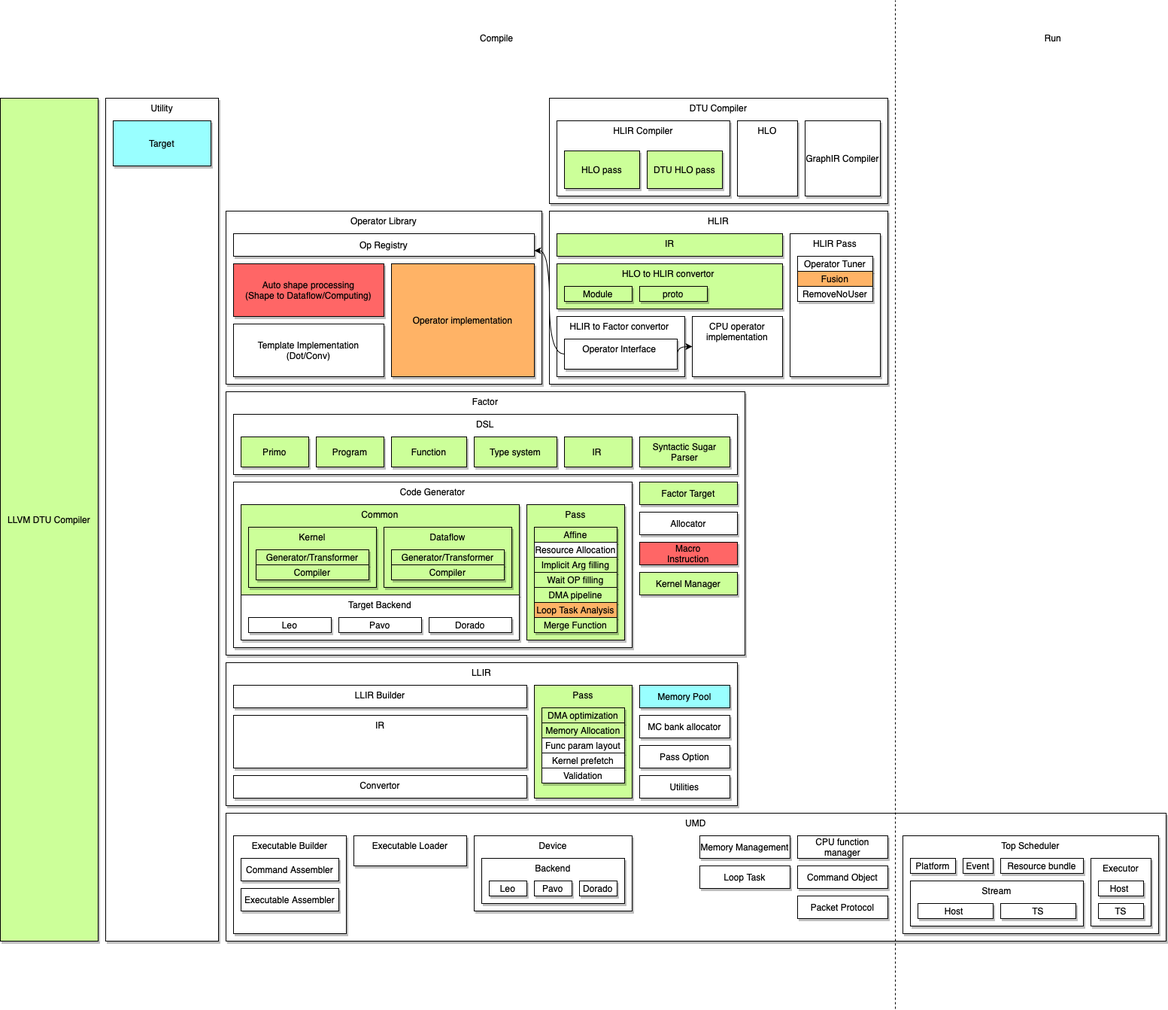
The draw.io diagram 组件及关系图.png in dingsg/drawio, before a commit. Source tidied: cells renumbered, new cells last; positions are measured from the earlier drawing's top-left corner, leaving out a move shared by most shapes.
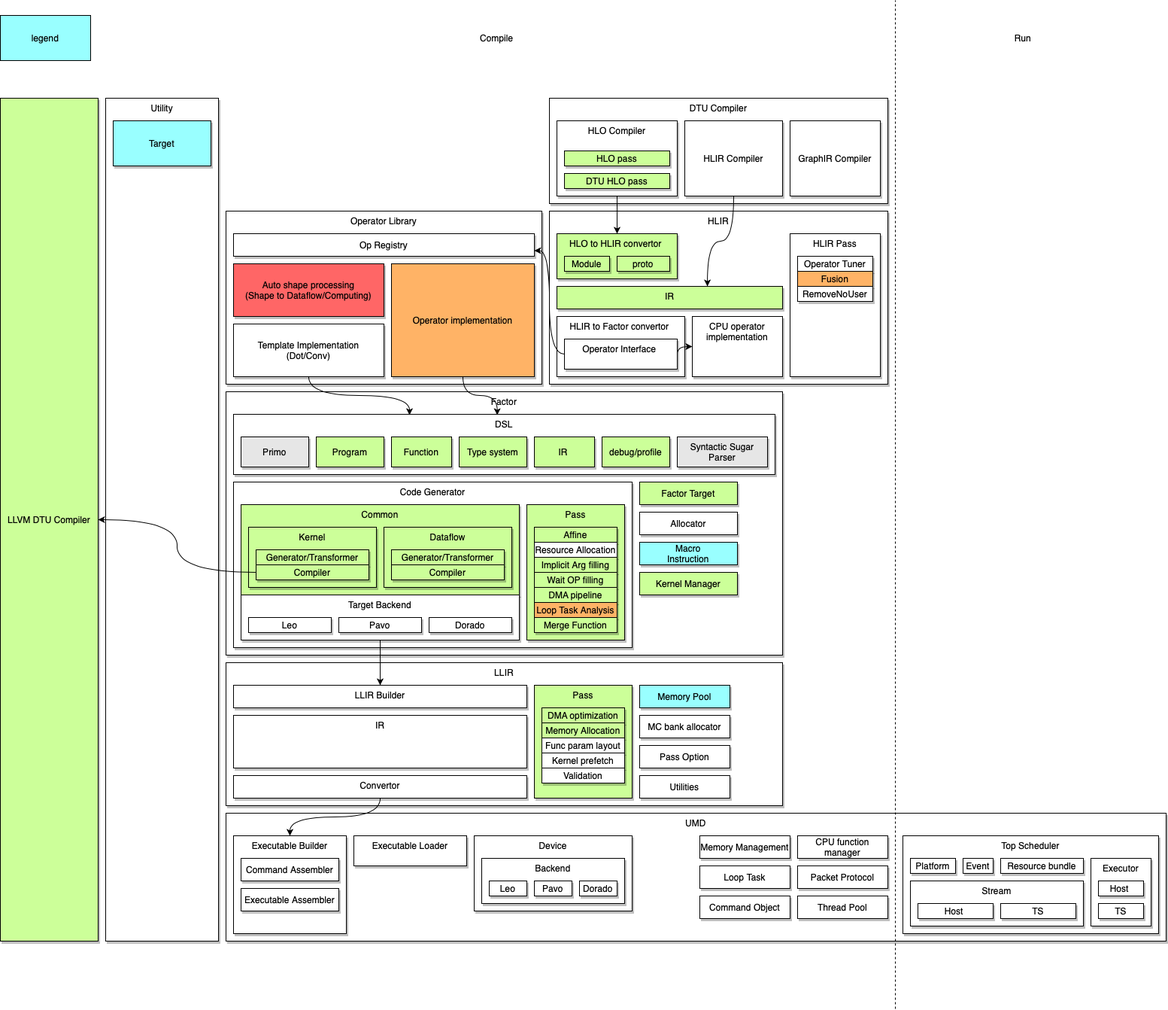
After the change.

Commit message:
Added 组件及关系图.png

Diff of the diagram source:
```diff
@@ -6,7 +6,7 @@
       <mxGeometry x="300" y="280" width="420" height="230" as="geometry" />
     </mxCell>
     <mxCell id="3" value="Factor" style="rounded=0;whiteSpace=wrap;html=1;align=center;verticalAlign=top;shadow=1;" parent="1" vertex="1">
-      <mxGeometry x="300" y="520" width="690" height="350" as="geometry" />
+      <mxGeometry x="300" y="520" width="740" height="350" as="geometry" />
     </mxCell>
     <mxCell id="4" value="Code Generator" style="rounded=0;whiteSpace=wrap;html=1;align=center;verticalAlign=top;shadow=1;" parent="1" vertex="1">
       <mxGeometry x="310" y="640" width="530" height="220" as="geometry" />
@@ -20,29 +20,32 @@
     <mxCell id="7" value="DTU Compiler&lt;br&gt;" style="rounded=0;whiteSpace=wrap;html=1;align=center;verticalAlign=top;shadow=1;" parent="1" vertex="1">
       <mxGeometry x="730" y="130" width="450" height="140" as="geometry" />
     </mxCell>
-    <mxCell id="8" value="HLIR Compiler" style="rounded=0;whiteSpace=wrap;html=1;verticalAlign=top;shadow=1;" parent="1" vertex="1">
-      <mxGeometry x="740" y="160" width="230" height="100" as="geometry" />
+    <mxCell id="8" value="HLO Compiler" style="rounded=0;whiteSpace=wrap;html=1;verticalAlign=top;shadow=1;" parent="1" vertex="1">
+      <mxGeometry x="740" y="160" width="160" height="100" as="geometry" />
     </mxCell>
     <mxCell id="9" value="GraphIR Compiler" style="rounded=0;whiteSpace=wrap;html=1;shadow=1;" parent="1" vertex="1">
-      <mxGeometry x="1070" y="160" width="100" height="100" as="geometry" />
+      <mxGeometry x="1050" y="160" width="120" height="100" as="geometry" />
     </mxCell>
     <mxCell id="10" value="HLO to HLIR convertor&amp;nbsp;" style="rounded=0;whiteSpace=wrap;html=1;verticalAlign=top;shadow=1;fillColor=#CCFF99;" parent="1" vertex="1">
-      <mxGeometry x="740" y="350" width="300" height="60" as="geometry" />
+      <mxGeometry x="740" y="310" width="160" height="60" as="geometry" />
     </mxCell>
     <mxCell id="11" value="HLIR to Factor&amp;nbsp;convertor&amp;nbsp;" style="rounded=0;whiteSpace=wrap;html=1;verticalAlign=top;shadow=1;" parent="1" vertex="1">
       <mxGeometry x="740" y="420" width="170" height="80" as="geometry" />
     </mxCell>
     <mxCell id="12" value="HLO pass" style="rounded=0;whiteSpace=wrap;html=1;shadow=1;fillColor=#CCFF99;" parent="1" vertex="1">
-      <mxGeometry x="750" y="200" width="100" height="50" as="geometry" />
+      <mxGeometry x="750" y="200" width="140" height="20" as="geometry" />
     </mxCell>
+    <mxCell id="104" style="edgeStyle=orthogonalEdgeStyle;rounded=0;jettySize=auto;html=1;exitX=0.5;exitY=1;exitDx=0;exitDy=0;" parent="1" edge="1" source="8" target="10">
+      <mxGeometry relative="1" as="geometry" />
+    </mxCell>
     <mxCell id="13" value="DTU HLO pass" style="rounded=0;whiteSpace=wrap;html=1;shadow=1;fillColor=#CCFF99;" parent="1" vertex="1">
-      <mxGeometry x="860" y="200" width="100" height="50" as="geometry" />
+      <mxGeometry x="750" y="230" width="140" height="20" as="geometry" />
     </mxCell>
     <mxCell id="14" value="Module" style="rounded=0;whiteSpace=wrap;html=1;align=center;shadow=1;fillColor=#CCFF99;" parent="1" vertex="1">
-      <mxGeometry x="750" y="380" width="90" height="20" as="geometry" />
+      <mxGeometry x="750" y="340" width="60" height="20" as="geometry" />
     </mxCell>
     <mxCell id="15" value="proto" style="rounded=0;whiteSpace=wrap;html=1;align=center;shadow=1;fillColor=#CCFF99;" parent="1" vertex="1">
-      <mxGeometry x="850" y="380" width="90" height="20" as="geometry" />
+      <mxGeometry x="820" y="340" width="70" height="20" as="geometry" />
     </mxCell>
     <mxCell id="16" value="HLIR Pass" style="rounded=0;whiteSpace=wrap;html=1;verticalAlign=top;shadow=1;" parent="1" vertex="1">
       <mxGeometry x="1050" y="310" width="120" height="190" as="geometry" />
@@ -66,12 +69,18 @@
     <mxCell id="21" value="Op Registry" style="rounded=0;whiteSpace=wrap;html=1;align=center;shadow=1;" parent="1" vertex="1">
       <mxGeometry x="310" y="310" width="400" height="30" as="geometry" />
     </mxCell>
+    <mxCell id="105" style="edgeStyle=orthogonalEdgeStyle;curved=1;rounded=0;jettySize=auto;html=1;exitX=0.5;exitY=1;exitDx=0;exitDy=0;entryX=0.325;entryY=0.013;entryDx=0;entryDy=0;entryPerimeter=0;" parent="1" edge="1" source="22" target="26">
+      <mxGeometry relative="1" as="geometry" />
+    </mxCell>
     <mxCell id="22" value="&lt;span&gt;Template Implementation&lt;br&gt;(Dot/Conv)&lt;br&gt;&lt;/span&gt;" style="rounded=0;whiteSpace=wrap;html=1;align=center;shadow=1;" parent="1" vertex="1">
       <mxGeometry x="310" y="430" width="200" height="70" as="geometry" />
     </mxCell>
     <mxCell id="23" value="Operator Tuner" style="rounded=0;whiteSpace=wrap;html=1;align=center;shadow=1;" parent="1" vertex="1">
       <mxGeometry x="1060" y="340" width="100" height="20" as="geometry" />
     </mxCell>
+    <mxCell id="106" style="edgeStyle=orthogonalEdgeStyle;curved=1;rounded=0;jettySize=auto;html=1;exitX=0.5;exitY=1;exitDx=0;exitDy=0;entryX=0.487;entryY=0.013;entryDx=0;entryDy=0;entryPerimeter=0;" parent="1" edge="1" source="24" target="26">
+      <mxGeometry relative="1" as="geometry" />
+    </mxCell>
     <mxCell id="24" value="&lt;span&gt;Operator implementation&lt;br&gt;&lt;/span&gt;" style="rounded=0;whiteSpace=wrap;html=1;align=center;shadow=1;fillColor=#FFB366;" parent="1" vertex="1">
       <mxGeometry x="520" y="350" width="190" height="150" as="geometry" />
     </mxCell>
@@ -79,9 +88,9 @@
       <mxGeometry x="920" y="420" width="120" height="80" as="geometry" />
     </mxCell>
     <mxCell id="26" value="DSL" style="rounded=0;whiteSpace=wrap;html=1;align=center;verticalAlign=top;shadow=1;" parent="1" vertex="1">
-      <mxGeometry x="310" y="550" width="670" height="80" as="geometry" />
+      <mxGeometry x="310" y="550" width="720" height="80" as="geometry" />
     </mxCell>
-    <mxCell id="27" value="Primo" style="rounded=0;whiteSpace=wrap;html=1;align=center;shadow=1;fillColor=#CCFF99;" parent="1" vertex="1">
+    <mxCell id="27" value="Primo" style="rounded=0;whiteSpace=wrap;html=1;align=center;shadow=1;fillColor=#E6E6E6;" parent="1" vertex="1">
       <mxGeometry x="320" y="580" width="90" height="40" as="geometry" />
     </mxCell>
     <mxCell id="28" value="Program" style="rounded=0;whiteSpace=wrap;html=1;align=center;shadow=1;fillColor=#CCFF99;" parent="1" vertex="1">
@@ -97,22 +106,22 @@
       <mxGeometry x="150" y="160" width="130" height="60" as="geometry" />
     </mxCell>
     <mxCell id="32" value="Type system" style="rounded=0;whiteSpace=wrap;html=1;align=center;shadow=1;fillColor=#CCFF99;" parent="1" vertex="1">
-      <mxGeometry x="630" y="580" width="110" height="40" as="geometry" />
+      <mxGeometry x="610" y="580" width="90" height="40" as="geometry" />
     </mxCell>
     <mxCell id="33" value="IR" style="rounded=0;whiteSpace=wrap;html=1;verticalAlign=top;shadow=1;fillColor=#CCFF99;" parent="1" vertex="1">
-      <mxGeometry x="740" y="310" width="300" height="30" as="geometry" />
+      <mxGeometry x="740" y="380" width="300" height="30" as="geometry" />
     </mxCell>
     <mxCell id="34" value="Fusion" style="rounded=0;whiteSpace=wrap;html=1;align=center;shadow=1;fillColor=#FFB366;" parent="1" vertex="1">
       <mxGeometry x="1060" y="360" width="100" height="20" as="geometry" />
     </mxCell>
     <mxCell id="35" value="IR&amp;nbsp;" style="rounded=0;whiteSpace=wrap;html=1;align=center;verticalAlign=middle;shadow=1;fillColor=#CCFF99;" parent="1" vertex="1">
-      <mxGeometry x="750" y="580" width="90" height="40" as="geometry" />
+      <mxGeometry x="710" y="580" width="80" height="40" as="geometry" />
     </mxCell>
     <mxCell id="36" value="Function" style="rounded=0;whiteSpace=wrap;html=1;align=center;shadow=1;fillColor=#CCFF99;" parent="1" vertex="1">
-      <mxGeometry x="520" y="580" width="100" height="40" as="geometry" />
+      <mxGeometry x="520" y="580" width="80" height="40" as="geometry" />
     </mxCell>
-    <mxCell id="37" value="&lt;div style=&quot;&quot;&gt;Syntactic Sugar Parser&lt;/div&gt;" style="rounded=0;whiteSpace=wrap;html=1;align=center;verticalAlign=middle;shadow=1;fillColor=#CCFF99;" parent="1" vertex="1">
-      <mxGeometry x="850" y="580" width="120" height="40" as="geometry" />
+    <mxCell id="37" value="&lt;div style=&quot;&quot;&gt;Syntactic Sugar Parser&lt;/div&gt;" style="rounded=0;whiteSpace=wrap;html=1;align=center;verticalAlign=middle;shadow=1;fillColor=#E6E6E6;" parent="1" vertex="1">
+      <mxGeometry x="900" y="580" width="120" height="40" as="geometry" />
     </mxCell>
     <mxCell id="38" value="Pass" style="rounded=0;whiteSpace=wrap;html=1;align=center;verticalAlign=top;shadow=1;fillColor=#CCFF99;" parent="1" vertex="1">
       <mxGeometry x="700" y="670" width="130" height="180" as="geometry" />
@@ -141,6 +150,9 @@
     <mxCell id="46" value="Generator/Transformer" style="rounded=0;whiteSpace=wrap;html=1;shadow=1;align=center;fillColor=#CCFF99;" parent="1" vertex="1">
       <mxGeometry x="340" y="730" width="150" height="20" as="geometry" />
     </mxCell>
+    <mxCell id="107" style="edgeStyle=orthogonalEdgeStyle;rounded=0;jettySize=auto;html=1;exitX=0;exitY=0.5;exitDx=0;exitDy=0;entryX=1;entryY=0.5;entryDx=0;entryDy=0;curved=1;" parent="1" edge="1" source="47" target="83">
+      <mxGeometry relative="1" as="geometry" />
+    </mxCell>
     <mxCell id="47" value="Compiler" style="rounded=0;whiteSpace=wrap;html=1;shadow=1;align=center;fillColor=#CCFF99;" parent="1" vertex="1">
       <mxGeometry x="340" y="750" width="150" height="20" as="geometry" />
     </mxCell>
@@ -150,7 +162,7 @@
     <mxCell id="49" value="Compiler" style="rounded=0;whiteSpace=wrap;html=1;shadow=1;align=center;fillColor=#CCFF99;" parent="1" vertex="1">
       <mxGeometry x="520" y="750" width="150" height="20" as="geometry" />
     </mxCell>
-    <mxCell id="50" value="Macro&lt;br&gt;Instruction" style="rounded=0;whiteSpace=wrap;html=1;align=center;shadow=1;fillColor=#FF6666;" parent="1" vertex="1">
+    <mxCell id="50" value="Macro&lt;br&gt;Instruction" style="rounded=0;whiteSpace=wrap;html=1;align=center;shadow=1;fillColor=#99FFFF;" parent="1" vertex="1">
       <mxGeometry x="850" y="720" width="130" height="30" as="geometry" />
     </mxCell>
     <mxCell id="51" value="Affine" style="rounded=0;whiteSpace=wrap;html=1;shadow=1;align=center;fillColor=#CCFF99;" parent="1" vertex="1">
@@ -178,7 +190,7 @@
       <mxGeometry x="710" y="820" width="110" height="20" as="geometry" />
     </mxCell>
     <mxCell id="59" value="LLIR" style="rounded=0;whiteSpace=wrap;html=1;align=center;verticalAlign=top;shadow=1;" parent="1" vertex="1">
-      <mxGeometry x="300" y="880" width="680" height="190" as="geometry" />
+      <mxGeometry x="300" y="880" width="740" height="190" as="geometry" />
     </mxCell>
     <mxCell id="60" value="LLIR Builder" style="rounded=0;whiteSpace=wrap;html=1;align=center;verticalAlign=top;shadow=1;" parent="1" vertex="1">
       <mxGeometry x="310" y="910" width="390" height="30" as="geometry" />
@@ -259,7 +271,7 @@
       <mxGeometry x="850" y="760" width="130" height="30" as="geometry" />
     </mxCell>
     <mxCell id="85" value="Command Object" style="rounded=0;whiteSpace=wrap;html=1;shadow=1;fillColor=#FFFFFF;align=center;" parent="1" vertex="1">
-      <mxGeometry x="1060" y="1150" width="120" height="30" as="geometry" />
+      <mxGeometry x="930" y="1190" width="120" height="30" as="geometry" />
     </mxCell>
     <mxCell id="86" value="Device" style="rounded=0;whiteSpace=wrap;html=1;verticalAlign=top;shadow=1;" parent="1" vertex="1">
       <mxGeometry x="630" y="1110" width="210" height="100" as="geometry" />
@@ -304,16 +316,34 @@
       <mxGeometry x="470" y="1110" width="150" height="40" as="geometry" />
     </mxCell>
     <mxCell id="100" value="Packet Protocol" style="rounded=0;whiteSpace=wrap;html=1;shadow=1;fillColor=#FFFFFF;align=center;" parent="1" vertex="1">
-      <mxGeometry x="1060" y="1190" width="120" height="30" as="geometry" />
+      <mxGeometry x="1060" y="1150" width="120" height="30" as="geometry" />
     </mxCell>
     <mxCell id="101" value="Compile" style="text;html=1;strokeColor=none;fillColor=none;align=center;verticalAlign=middle;whiteSpace=wrap;rounded=0;" parent="1" vertex="1">
       <mxGeometry x="640" y="40" width="40" height="20" as="geometry" />
     </mxCell>
     <mxCell id="102" value="Run" style="text;html=1;strokeColor=none;fillColor=none;align=center;verticalAlign=middle;whiteSpace=wrap;rounded=0;" parent="1" vertex="1">
-      <mxGeometry x="1380" y="40" width="40" height="20" as="geometry" />
+      <mxGeometry x="1340" y="40" width="40" height="20" as="geometry" />
     </mxCell>
+    <mxCell id="108" style="edgeStyle=orthogonalEdgeStyle;curved=1;rounded=0;jettySize=auto;html=1;exitX=0.5;exitY=1;exitDx=0;exitDy=0;entryX=0.667;entryY=0;entryDx=0;entryDy=0;entryPerimeter=0;" parent="1" edge="1" source="103" target="33">
+      <mxGeometry relative="1" as="geometry" />
+    </mxCell>
-    <mxCell id="103" value="HLO" style="rounded=0;whiteSpace=wrap;html=1;verticalAlign=top;shadow=1;" parent="1" vertex="1">
-      <mxGeometry x="980" y="160" width="80" height="100" as="geometry" />
+    <mxCell id="103" value="HLIR Compiler" style="rounded=0;whiteSpace=wrap;html=1;verticalAlign=middle;shadow=1;" parent="1" vertex="1">
+      <mxGeometry x="910" y="160" width="130" height="100" as="geometry" />
     </mxCell>
+    <mxCell id="109" style="edgeStyle=orthogonalEdgeStyle;curved=1;rounded=0;jettySize=auto;html=1;exitX=0.5;exitY=1;exitDx=0;exitDy=0;" parent="1" edge="1" source="41" target="60">
+      <mxGeometry relative="1" as="geometry" />
+    </mxCell>
+    <mxCell id="110" value="legend" style="rounded=0;whiteSpace=wrap;html=1;fillColor=#99FFFF;" parent="1" vertex="1">
+      <mxGeometry y="20" width="120" height="60" as="geometry" />
+    </mxCell>
+    <mxCell id="111" value="debug/profile" style="rounded=0;whiteSpace=wrap;html=1;align=center;verticalAlign=middle;shadow=1;fillColor=#CCFF99;" parent="1" vertex="1">
+      <mxGeometry x="800" y="580" width="90" height="40" as="geometry" />
+    </mxCell>
+    <mxCell id="112" style="edgeStyle=orthogonalEdgeStyle;curved=1;rounded=0;jettySize=auto;html=1;exitX=0.5;exitY=1;exitDx=0;exitDy=0;" parent="1" edge="1" source="62" target="75">
+      <mxGeometry relative="1" as="geometry" />
+    </mxCell>
+    <mxCell id="113" value="Thread Pool" style="rounded=0;whiteSpace=wrap;html=1;shadow=1;fillColor=#FFFFFF;align=center;" parent="1" vertex="1">
+      <mxGeometry x="1060" y="1190" width="120" height="30" as="geometry" />
+    </mxCell>
   </root>
 </mxGraphModel>
```
